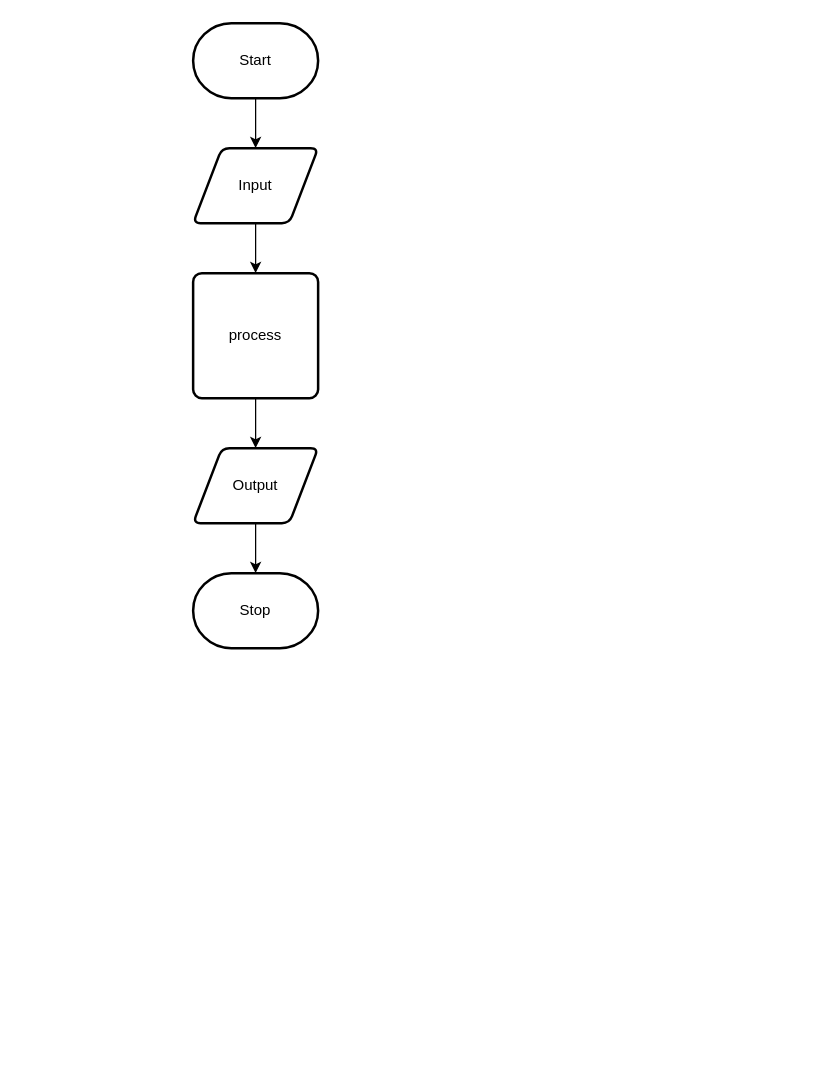
This is design/flow-chart.drawio from sam-corbett/ICS2O-Unit5-08-JS, a draw.io file, before an edit. Source tidied: cells renumbered, new cells numbered last; positions are measured from the earlier drawing's top-left corner, leaving out a move shared by most shapes. Both pictures are drawn from the tidied source at 125%, with x=0, y=0 at pixel (192, 22).
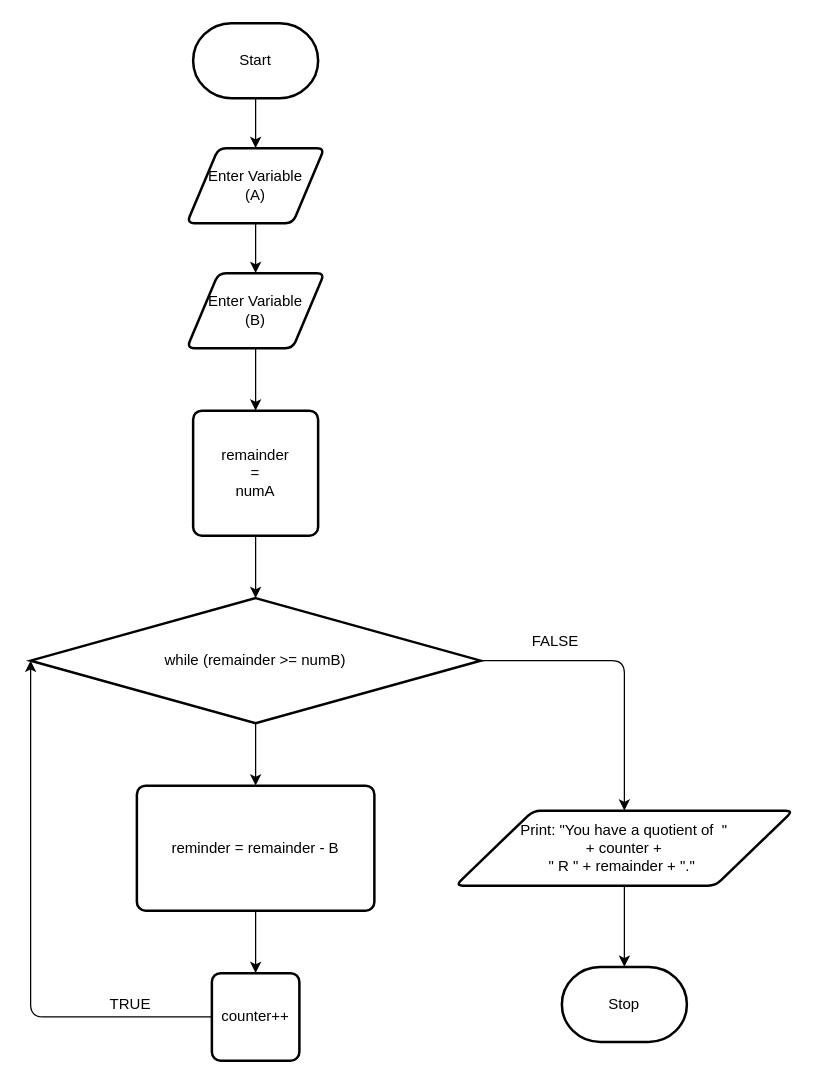
The same diagram, later.

Commit message (it also covers changes not shown here):
flowchart and storyboard added

The edit, as a diff of the source:
```diff
@@
-    <mxCell id="4" style="edgeStyle=none;html=1;" parent="1" edge="1" source="5" target="7">
-      <mxGeometry relative="1" as="geometry" />
-    </mxCell>
+    <mxCell id="11" style="edgeStyle=none;html=1;entryX=0.5;entryY=0;entryDx=0;entryDy=0;" parent="1" edge="1" source="5" target="8">
+      <mxGeometry relative="1" as="geometry" />
+    </mxCell>
-    <mxCell id="5" value="Input" style="shape=parallelogram;html=1;strokeWidth=2;perimeter=parallelogramPerimeter;whiteSpace=wrap;rounded=1;arcSize=12;size=0.23;" parent="1" vertex="1">
-      <mxGeometry y="100" width="100" height="60" as="geometry" />
+    <mxCell id="5" value="Enter Variable&lt;br&gt;(A)" style="shape=parallelogram;html=1;strokeWidth=2;perimeter=parallelogramPerimeter;whiteSpace=wrap;rounded=1;arcSize=12;size=0.23;" parent="1" vertex="1">
+      <mxGeometry x="-5" y="100" width="110" height="60" as="geometry" />
     </mxCell>
-    <mxCell id="6" style="edgeStyle=none;html=1;" parent="1" edge="1" source="7" target="9">
-      <mxGeometry relative="1" as="geometry" />
-    </mxCell>
+    <mxCell id="12" style="edgeStyle=none;html=1;" parent="1" edge="1" source="7" target="16">
+      <mxGeometry relative="1" as="geometry" />
+    </mxCell>
-    <mxCell id="7" value="process" style="rounded=1;whiteSpace=wrap;html=1;absoluteArcSize=1;arcSize=14;strokeWidth=2;" parent="1" vertex="1">
-      <mxGeometry y="200" width="100" height="100" as="geometry" />
+    <mxCell id="7" value="remainder &lt;br&gt;= &lt;br&gt;numA" style="rounded=1;whiteSpace=wrap;html=1;absoluteArcSize=1;arcSize=14;strokeWidth=2;" parent="1" vertex="1">
+      <mxGeometry y="310" width="100" height="100" as="geometry" />
     </mxCell>
+    <mxCell id="10" value="Stop" style="strokeWidth=2;html=1;shape=mxgraph.flowchart.terminator;whiteSpace=wrap;" parent="1" vertex="1">
+      <mxGeometry x="295" y="755" width="100" height="60" as="geometry" />
+    </mxCell>
+    <mxCell id="13" style="edgeStyle=none;html=1;" parent="1" edge="1" source="8" target="7">
+      <mxGeometry relative="1" as="geometry" />
+    </mxCell>
-    <mxCell id="8" style="edgeStyle=none;html=1;" parent="1" edge="1" source="9" target="10">
-      <mxGeometry relative="1" as="geometry" />
+    <mxCell id="8" value="Enter Variable&lt;br&gt;(B)" style="shape=parallelogram;html=1;strokeWidth=2;perimeter=parallelogramPerimeter;whiteSpace=wrap;rounded=1;arcSize=12;size=0.23;" parent="1" vertex="1">
+      <mxGeometry x="-5" y="200" width="110" height="60" as="geometry" />
     </mxCell>
-    <mxCell id="9" value="Output" style="shape=parallelogram;html=1;strokeWidth=2;perimeter=parallelogramPerimeter;whiteSpace=wrap;rounded=1;arcSize=12;size=0.23;" parent="1" vertex="1">
-      <mxGeometry y="340" width="100" height="60" as="geometry" />
-    </mxCell>
-    <mxCell id="10" value="Stop" style="strokeWidth=2;html=1;shape=mxgraph.flowchart.terminator;whiteSpace=wrap;" parent="1" vertex="1">
-      <mxGeometry y="440" width="100" height="60" as="geometry" />
-    </mxCell>
+    <mxCell id="14" style="edgeStyle=none;html=1;" parent="1" edge="1" source="16" target="20">
+      <mxGeometry relative="1" as="geometry" />
+    </mxCell>
+    <mxCell id="15" style="edgeStyle=none;html=1;entryX=0.5;entryY=0;entryDx=0;entryDy=0;exitX=1;exitY=0.5;exitDx=0;exitDy=0;exitPerimeter=0;" parent="1" edge="1" source="16" target="18">
+      <mxGeometry relative="1" as="geometry">
+        <Array as="points">
+          <mxPoint x="345" y="510" />
+        </Array>
+      </mxGeometry>
+    </mxCell>
+    <mxCell id="16" value="while (remainder &amp;gt;= numB)" style="strokeWidth=2;html=1;shape=mxgraph.flowchart.decision;whiteSpace=wrap;" parent="1" vertex="1">
+      <mxGeometry x="-130" y="460" width="360" height="100" as="geometry" />
+    </mxCell>
+    <mxCell id="17" style="edgeStyle=none;html=1;entryX=0.5;entryY=0;entryDx=0;entryDy=0;entryPerimeter=0;" parent="1" edge="1" source="18" target="10">
+      <mxGeometry relative="1" as="geometry" />
+    </mxCell>
+    <mxCell id="18" value="Print: &quot;You have a quotient of&amp;nbsp; &quot; &lt;br&gt;+ counter + &lt;br&gt;&quot; R &quot; + remainder + &quot;.&quot;&amp;nbsp;" style="shape=parallelogram;html=1;strokeWidth=2;perimeter=parallelogramPerimeter;whiteSpace=wrap;rounded=1;arcSize=12;size=0.23;" parent="1" vertex="1">
+      <mxGeometry x="210" y="630" width="270" height="60" as="geometry" />
+    </mxCell>
+    <mxCell id="19" style="edgeStyle=none;html=1;" parent="1" edge="1" source="20" target="22">
+      <mxGeometry relative="1" as="geometry" />
+    </mxCell>
+    <mxCell id="20" value="reminder = remainder - B" style="rounded=1;whiteSpace=wrap;html=1;absoluteArcSize=1;arcSize=14;strokeWidth=2;" parent="1" vertex="1">
+      <mxGeometry x="-45" y="610" width="190" height="100" as="geometry" />
+    </mxCell>
+    <mxCell id="21" style="edgeStyle=none;html=1;entryX=0;entryY=0.5;entryDx=0;entryDy=0;entryPerimeter=0;" parent="1" edge="1" source="22" target="16">
+      <mxGeometry relative="1" as="geometry">
+        <Array as="points">
+          <mxPoint x="-130" y="795" />
+        </Array>
+      </mxGeometry>
+    </mxCell>
+    <mxCell id="22" value="counter++" style="rounded=1;whiteSpace=wrap;html=1;absoluteArcSize=1;arcSize=14;strokeWidth=2;" parent="1" vertex="1">
+      <mxGeometry x="15" y="760" width="70" height="70" as="geometry" />
+    </mxCell>
+    <mxCell id="23" value="TRUE" style="text;html=1;strokeColor=none;fillColor=none;align=center;verticalAlign=middle;whiteSpace=wrap;rounded=0;" parent="1" vertex="1">
+      <mxGeometry x="-80" y="770" width="60" height="30" as="geometry" />
+    </mxCell>
+    <mxCell id="24" value="FALSE" style="text;html=1;strokeColor=none;fillColor=none;align=center;verticalAlign=middle;whiteSpace=wrap;rounded=0;" parent="1" vertex="1">
+      <mxGeometry x="260" y="480" width="60" height="30" as="geometry" />
+    </mxCell>
```
